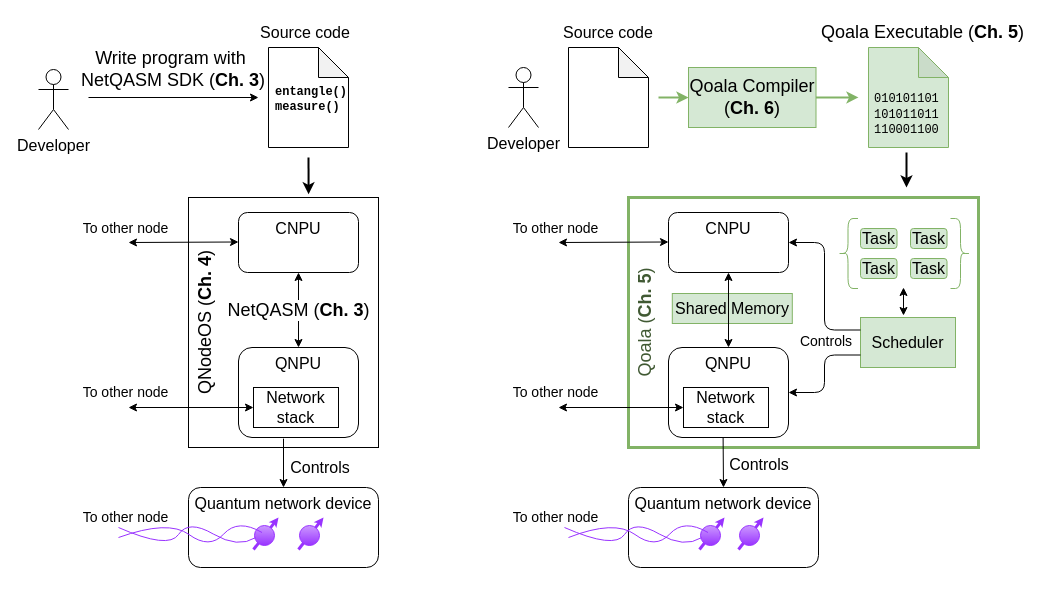
Before: figures/intro/chapters_overview.drawio in bvdvecht/phd-thesis, a draw.io diagram. Source tidied: cells renumbered, new cells numbered last; positions are measured from the earlier drawing's top-left corner, leaving out a move shared by most shapes. Both pictures are drawn from the tidied source at 100%, with x=0, y=0 at pixel (38, 17).
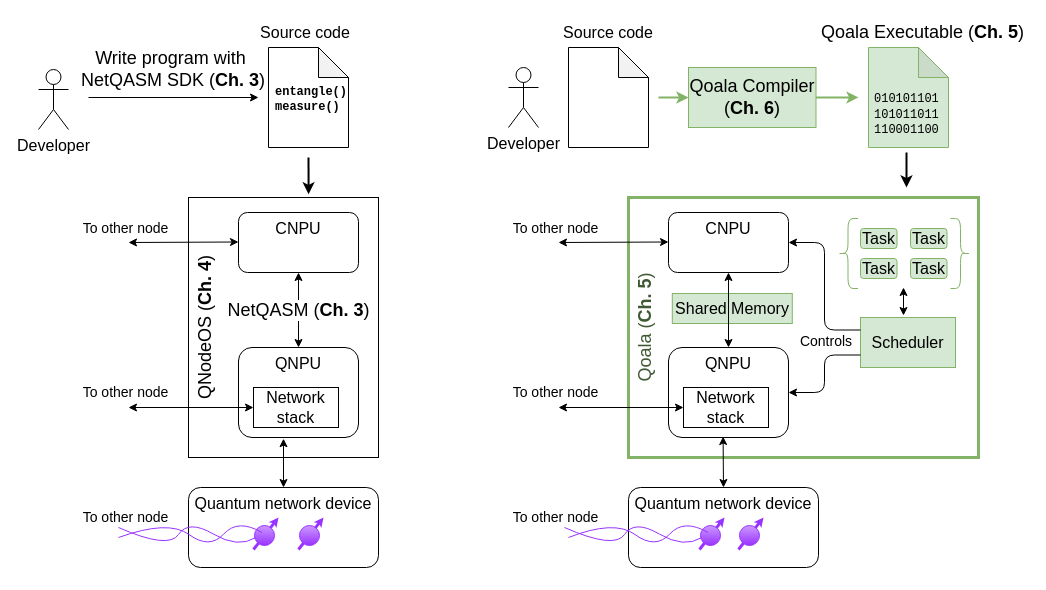
Above is the later version.

The change refers to these unchanged cells:
```xml
<mxCell id="3" value="Quantum network device" style="rounded=1;whiteSpace=wrap;html=1;fontSize=16;verticalAlign=top;" parent="2" vertex="1">
  <mxGeometry x="-110" y="-30" width="190" height="80" as="geometry" />
</mxCell>
<mxCell id="23" value="QNPU" style="rounded=1;whiteSpace=wrap;html=1;verticalAlign=top;fontSize=16;" parent="1" vertex="1">
  <mxGeometry x="200" y="330" width="120" height="90" as="geometry" />
</mxCell>
<mxCell id="54" value="QNPU" style="rounded=1;whiteSpace=wrap;html=1;verticalAlign=top;fontSize=16;" parent="1" vertex="1">
  <mxGeometry x="630" y="330" width="120" height="90" as="geometry" />
</mxCell>
<mxCell id="57" value="Quantum network device" style="rounded=1;whiteSpace=wrap;html=1;fontSize=16;verticalAlign=top;" parent="56" vertex="1">
  <mxGeometry x="-110" y="-30" width="190" height="80" as="geometry" />
</mxCell>
```

The edit, as a diff of the source:
```diff
@@
     <mxCell id="6" value="Qoala (&lt;span&gt;&lt;b&gt;Ch. 5&lt;/b&gt;&lt;/span&gt;)" style="rounded=0;whiteSpace=wrap;html=1;fillColor=none;strokeColor=#82b366;strokeWidth=3;horizontal=0;verticalAlign=top;fontSize=18;fontColor=#405933;fontStyle=0;" parent="1" vertex="1">
-      <mxGeometry x="590" y="180" width="350" height="250" as="geometry" />
+      <mxGeometry x="590" y="180" width="350" height="260" as="geometry" />
     </mxCell>
@@
-    <mxCell id="18" style="edgeStyle=none;html=1;exitX=0.375;exitY=1.013;exitDx=0;exitDy=0;entryX=0.5;entryY=0;entryDx=0;entryDy=0;fontStyle=0;fontSize=16;exitPerimeter=0;" parent="1" edge="1" source="23" target="3">
+    <mxCell id="18" style="edgeStyle=none;html=1;exitX=0.375;exitY=1.013;exitDx=0;exitDy=0;entryX=0.5;entryY=0;entryDx=0;entryDy=0;fontStyle=0;fontSize=16;exitPerimeter=0;startArrow=classic;startFill=1;" parent="1" edge="1" source="23" target="3">
       <mxGeometry x="0.18" y="45" relative="1" as="geometry" />
     </mxCell>
     <mxCell id="19" value="QNodeOS (&lt;b&gt;Ch. 4&lt;/b&gt;)" style="rounded=0;whiteSpace=wrap;html=1;horizontal=0;verticalAlign=top;fillColor=none;fontSize=18;" parent="1" vertex="1">
-      <mxGeometry x="150" y="180" width="190" height="250" as="geometry" />
+      <mxGeometry x="150" y="180" width="190" height="260" as="geometry" />
     </mxCell>
@@
-    <mxCell id="44" value="Controls" style="text;html=1;align=center;verticalAlign=middle;whiteSpace=wrap;rounded=0;fontSize=16;" parent="1" vertex="1">
-      <mxGeometry x="247" y="435" width="70" height="30" as="geometry" />
-    </mxCell>
@@
-    <mxCell id="53" style="edgeStyle=none;html=1;exitX=0.455;exitY=0.989;exitDx=0;exitDy=0;entryX=0.5;entryY=0;entryDx=0;entryDy=0;exitPerimeter=0;" parent="1" edge="1" source="54" target="57">
+    <mxCell id="53" style="edgeStyle=none;html=1;exitX=0.455;exitY=0.989;exitDx=0;exitDy=0;entryX=0.5;entryY=0;entryDx=0;entryDy=0;exitPerimeter=0;startArrow=classic;startFill=1;" parent="1" edge="1" source="54" target="57">
       <mxGeometry relative="1" as="geometry" />
     </mxCell>
@@
-    <mxCell id="60" value="Controls" style="text;html=1;align=center;verticalAlign=middle;whiteSpace=wrap;rounded=0;fontSize=16;" parent="1" vertex="1">
-      <mxGeometry x="686" y="432" width="70" height="30" as="geometry" />
-    </mxCell>
```
